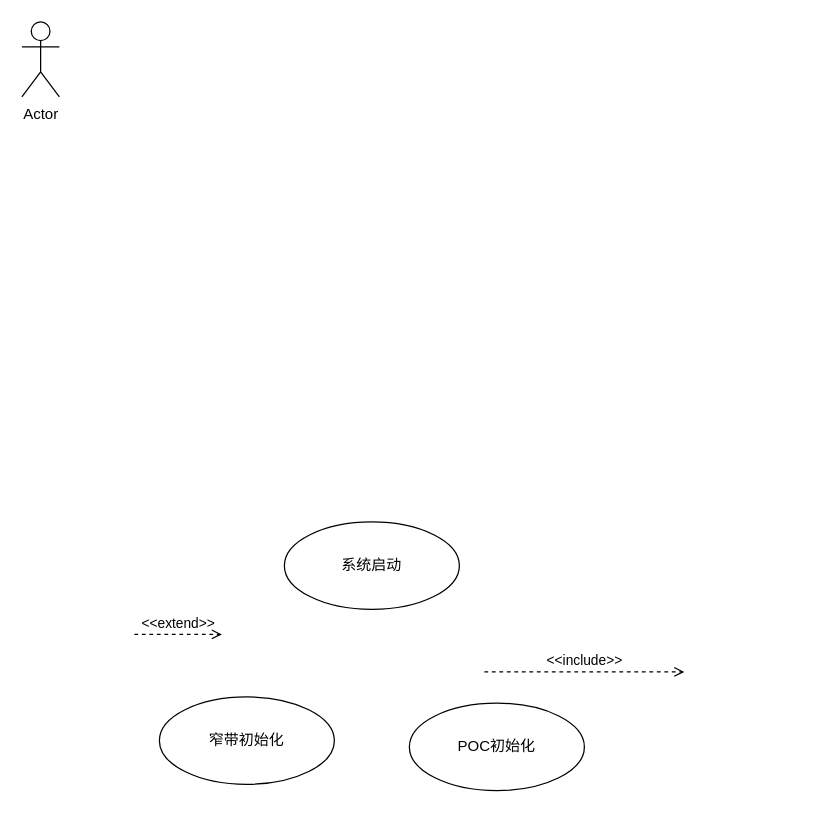
Before: page "用例图" (1 of 2) of 开机.drawio in liyunhao2/technology, a draw.io diagram. Source tidied: cells renumbered, new cells numbered last; positions are measured from the earlier drawing's top-left corner, leaving out a move shared by most shapes. Both pictures are drawn from the tidied source at 125%, with x=0, y=0 at pixel (21, 21).
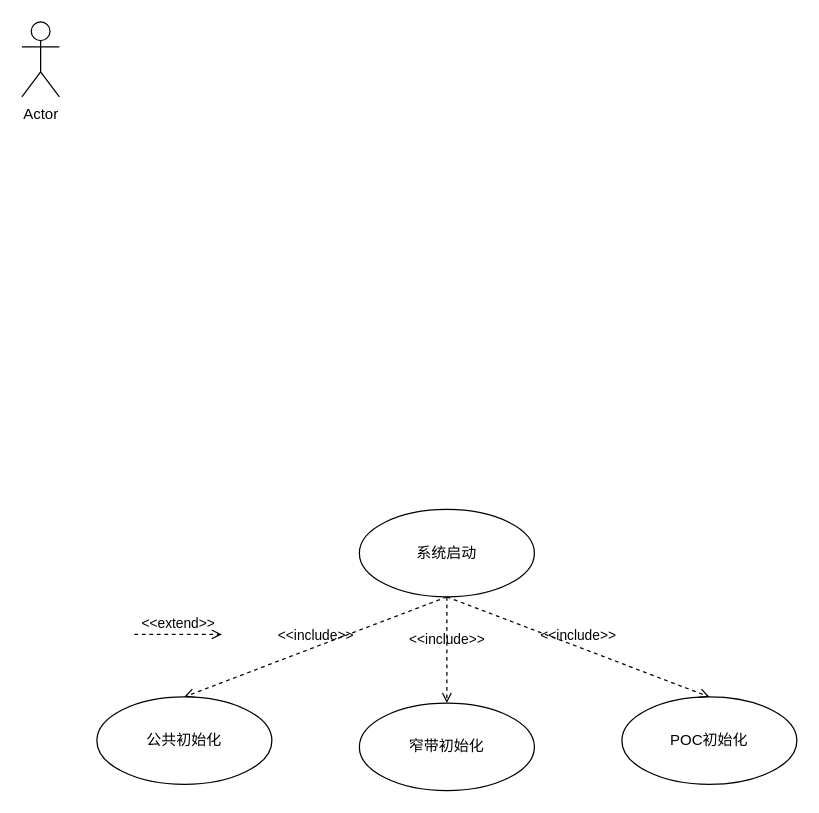
The same diagram, later.

What changed in the source:
```diff
@@
 <mxGraphModel>
   <root>
     <mxCell id="0" />
     <mxCell id="1" parent="0" />
     <mxCell id="2" value="Actor" style="shape=umlActor;verticalLabelPosition=bottom;verticalAlign=top;html=1;" parent="1" vertex="1">
       <mxGeometry width="30" height="60" as="geometry" />
     </mxCell>
-    <mxCell id="3" value="&amp;lt;&amp;lt;include&amp;gt;&amp;gt;" style="html=1;verticalAlign=bottom;labelBackgroundColor=none;endArrow=open;endFill=0;dashed=1;rounded=0;" parent="1" edge="1">
-      <mxGeometry relative="1" as="geometry">
-        <mxPoint x="370" y="520" as="sourcePoint" />
-        <mxPoint x="530" y="520" as="targetPoint" />
-      </mxGeometry>
+    <mxCell id="3" value="&amp;lt;&amp;lt;include&amp;gt;&amp;gt;" style="html=1;verticalAlign=bottom;labelBackgroundColor=none;endArrow=open;endFill=0;dashed=1;rounded=0;exitX=0.5;exitY=1;exitDx=0;exitDy=0;entryX=0.5;entryY=0;entryDx=0;entryDy=0;" parent="1" edge="1" source="5" target="6">
+      <mxGeometry relative="1" as="geometry" />
     </mxCell>
     <mxCell id="4" value="&amp;lt;&amp;lt;extend&amp;gt;&amp;gt;" style="html=1;verticalAlign=bottom;labelBackgroundColor=none;endArrow=open;endFill=0;dashed=1;rounded=0;" parent="1" edge="1">
       <mxGeometry relative="1" as="geometry">
         <mxPoint x="90" y="490" as="sourcePoint" />
         <mxPoint x="160" y="490" as="targetPoint" />
       </mxGeometry>
     </mxCell>
     <mxCell id="5" value="系统启动" style="ellipse;whiteSpace=wrap;html=1;" parent="1" vertex="1">
-      <mxGeometry x="210" y="400" width="140" height="70" as="geometry" />
+      <mxGeometry x="270" y="390" width="140" height="70" as="geometry" />
     </mxCell>
-    <mxCell id="6" value="窄带初始化" style="ellipse;whiteSpace=wrap;html=1;" parent="1" vertex="1">
-      <mxGeometry x="110" y="540" width="140" height="70" as="geometry" />
+    <mxCell id="6" value="公共初始化" style="ellipse;whiteSpace=wrap;html=1;" parent="1" vertex="1">
+      <mxGeometry x="60" y="540" width="140" height="70" as="geometry" />
     </mxCell>
     <mxCell id="7" value="POC初始化" style="ellipse;whiteSpace=wrap;html=1;" parent="1" vertex="1">
-      <mxGeometry x="310" y="545" width="140" height="70" as="geometry" />
+      <mxGeometry x="480" y="540" width="140" height="70" as="geometry" />
     </mxCell>
+    <mxCell id="8" value="&amp;lt;&amp;lt;include&amp;gt;&amp;gt;" style="html=1;verticalAlign=bottom;labelBackgroundColor=none;endArrow=open;endFill=0;dashed=1;rounded=0;exitX=0.5;exitY=1;exitDx=0;exitDy=0;entryX=0.5;entryY=0;entryDx=0;entryDy=0;" parent="1" edge="1" source="5" target="7">
+      <mxGeometry relative="1" as="geometry" />
+    </mxCell>
+    <mxCell id="9" value="窄带初始化" style="ellipse;whiteSpace=wrap;html=1;" parent="1" vertex="1">
+      <mxGeometry x="270" y="545" width="140" height="70" as="geometry" />
+    </mxCell>
+    <mxCell id="10" value="&amp;lt;&amp;lt;include&amp;gt;&amp;gt;" style="html=1;verticalAlign=bottom;labelBackgroundColor=none;endArrow=open;endFill=0;dashed=1;rounded=0;exitX=0.5;exitY=1;exitDx=0;exitDy=0;entryX=0.5;entryY=0;entryDx=0;entryDy=0;" parent="1" edge="1" source="5" target="9">
+      <mxGeometry relative="1" as="geometry" />
+    </mxCell>
   </root>
 </mxGraphModel>
```
